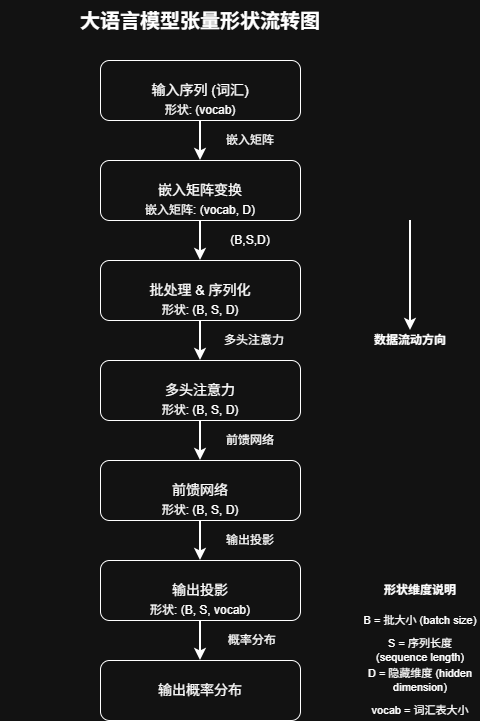
This is docs/graph/llm_flow.drawio.png from lyssom/math-of-llms, a draw.io export, as it was before one commit. Source tidied: cells renumbered, new cells last; positions are measured from the earlier drawing's top-left corner, leaving out a move shared by most shapes.
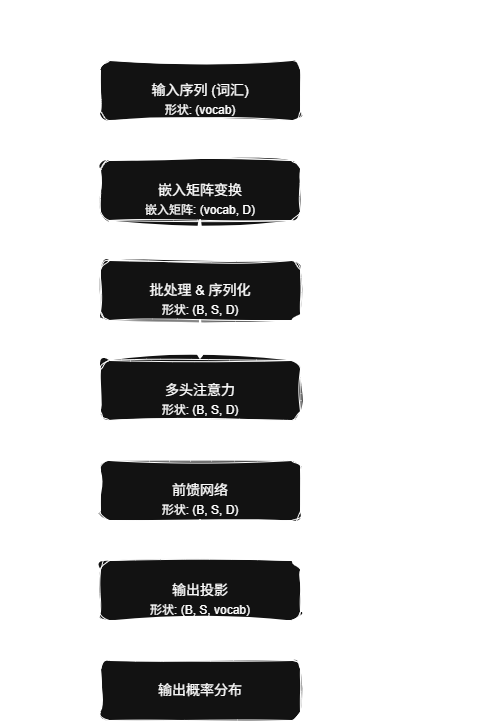
After the change.

What changed in the source:
```diff
@@ -2,110 +2,110 @@
   <root>
     <mxCell id="0" />
     <mxCell id="1" parent="0" />
-    <mxCell id="2" value="大语言模型张量形状流转图" style="text;html=1;strokeColor=none;fillColor=none;align=center;verticalAlign=middle;whiteSpace=wrap;rounded=0;fontSize=20;fontStyle=1;labelBackgroundColor=none;" parent="1" vertex="1">
+    <mxCell id="2" value="大语言模型张量形状流转图" style="text;html=1;strokeColor=none;fillColor=none;align=center;verticalAlign=middle;whiteSpace=wrap;rounded=0;fontSize=20;fontStyle=1;labelBackgroundColor=none;sketch=1;curveFitting=1;jiggle=2;" parent="1" vertex="1">
       <mxGeometry width="400" height="40" as="geometry" />
     </mxCell>
-    <mxCell id="3" value="输入序列 (词汇)" style="rounded=1;whiteSpace=wrap;html=1;fontSize=14;labelBackgroundColor=none;" parent="1" vertex="1">
+    <mxCell id="3" value="输入序列 (词汇)" style="rounded=1;whiteSpace=wrap;html=1;fontSize=14;labelBackgroundColor=none;sketch=1;curveFitting=1;jiggle=2;" parent="1" vertex="1">
       <mxGeometry x="100" y="60" width="200" height="60" as="geometry" />
     </mxCell>
-    <mxCell id="4" value="形状: (vocab)" style="text;html=1;strokeColor=none;fillColor=none;align=center;verticalAlign=middle;whiteSpace=wrap;rounded=0;fontSize=12;labelBackgroundColor=none;" parent="1" vertex="1">
+    <mxCell id="4" value="形状: (vocab)" style="text;html=1;strokeColor=none;fillColor=none;align=center;verticalAlign=middle;whiteSpace=wrap;rounded=0;fontSize=12;labelBackgroundColor=none;sketch=1;curveFitting=1;jiggle=2;" parent="1" vertex="1">
       <mxGeometry x="150" y="100" width="100" height="20" as="geometry" />
     </mxCell>
-    <mxCell id="5" value="嵌入矩阵变换" style="rounded=1;whiteSpace=wrap;html=1;fontSize=14;labelBackgroundColor=none;" parent="1" vertex="1">
+    <mxCell id="5" value="嵌入矩阵变换" style="rounded=1;whiteSpace=wrap;html=1;fontSize=14;labelBackgroundColor=none;sketch=1;curveFitting=1;jiggle=2;" parent="1" vertex="1">
       <mxGeometry x="100" y="160" width="200" height="60" as="geometry" />
     </mxCell>
-    <mxCell id="6" value="嵌入矩阵: (vocab, D)" style="text;html=1;strokeColor=none;fillColor=none;align=center;verticalAlign=middle;whiteSpace=wrap;rounded=0;fontSize=12;labelBackgroundColor=none;" parent="1" vertex="1">
+    <mxCell id="6" value="嵌入矩阵: (vocab, D)" style="text;html=1;strokeColor=none;fillColor=none;align=center;verticalAlign=middle;whiteSpace=wrap;rounded=0;fontSize=12;labelBackgroundColor=none;sketch=1;curveFitting=1;jiggle=2;" parent="1" vertex="1">
       <mxGeometry x="140" y="200" width="120" height="20" as="geometry" />
     </mxCell>
-    <mxCell id="7" value="批处理 &amp; 序列化" style="rounded=1;whiteSpace=wrap;html=1;fontSize=14;labelBackgroundColor=none;" parent="1" vertex="1">
+    <mxCell id="7" value="批处理 &amp; 序列化" style="rounded=1;whiteSpace=wrap;html=1;fontSize=14;labelBackgroundColor=none;sketch=1;curveFitting=1;jiggle=2;" parent="1" vertex="1">
       <mxGeometry x="100" y="260" width="200" height="60" as="geometry" />
     </mxCell>
-    <mxCell id="8" value="形状: (B, S, D)" style="text;html=1;strokeColor=none;fillColor=none;align=center;verticalAlign=middle;whiteSpace=wrap;rounded=0;fontSize=12;labelBackgroundColor=none;" parent="1" vertex="1">
-      <mxGeometry x="150" y="300" width="100" height="20" as="geometry" />
-    </mxCell>
-    <mxCell id="9" value="多头注意力" style="rounded=1;whiteSpace=wrap;html=1;fontSize=14;labelBackgroundColor=none;" parent="1" vertex="1">
-      <mxGeometry x="100" y="360" width="200" height="60" as="geometry" />
-    </mxCell>
-    <mxCell id="10" value="形状: (B, S, D)" style="text;html=1;strokeColor=none;fillColor=none;align=center;verticalAlign=middle;whiteSpace=wrap;rounded=0;fontSize=12;labelBackgroundColor=none;" parent="1" vertex="1">
-      <mxGeometry x="150" y="400" width="100" height="20" as="geometry" />
-    </mxCell>
-    <mxCell id="11" value="前馈网络" style="rounded=1;whiteSpace=wrap;html=1;fontSize=14;labelBackgroundColor=none;" parent="1" vertex="1">
-      <mxGeometry x="100" y="460" width="200" height="60" as="geometry" />
-    </mxCell>
-    <mxCell id="12" value="形状: (B, S, D)" style="text;html=1;strokeColor=none;fillColor=none;align=center;verticalAlign=middle;whiteSpace=wrap;rounded=0;fontSize=12;labelBackgroundColor=none;" parent="1" vertex="1">
-      <mxGeometry x="150" y="500" width="100" height="20" as="geometry" />
-    </mxCell>
-    <mxCell id="13" value="输出投影" style="rounded=1;whiteSpace=wrap;html=1;fontSize=14;labelBackgroundColor=none;" parent="1" vertex="1">
-      <mxGeometry x="100" y="560" width="200" height="60" as="geometry" />
-    </mxCell>
+    <mxCell id="35" value="形状: (B, S, D)" style="text;html=1;strokeColor=none;fillColor=none;align=center;verticalAlign=middle;whiteSpace=wrap;rounded=0;fontSize=12;labelBackgroundColor=none;sketch=1;curveFitting=1;jiggle=2;" parent="1" vertex="1">
+      <mxGeometry x="150" y="300" width="100" height="20" as="geometry" />
+    </mxCell>
+    <mxCell id="36" value="多头注意力" style="rounded=1;whiteSpace=wrap;html=1;fontSize=14;labelBackgroundColor=none;sketch=1;curveFitting=1;jiggle=2;" parent="1" vertex="1">
+      <mxGeometry x="100" y="360" width="200" height="60" as="geometry" />
+    </mxCell>
+    <mxCell id="37" value="形状: (B, S, D)" style="text;html=1;strokeColor=none;fillColor=none;align=center;verticalAlign=middle;whiteSpace=wrap;rounded=0;fontSize=12;labelBackgroundColor=none;sketch=1;curveFitting=1;jiggle=2;" parent="1" vertex="1">
+      <mxGeometry x="150" y="400" width="100" height="20" as="geometry" />
+    </mxCell>
+    <mxCell id="38" value="前馈网络" style="rounded=1;whiteSpace=wrap;html=1;fontSize=14;labelBackgroundColor=none;sketch=1;curveFitting=1;jiggle=2;" parent="1" vertex="1">
+      <mxGeometry x="100" y="460" width="200" height="60" as="geometry" />
+    </mxCell>
+    <mxCell id="39" value="形状: (B, S, D)" style="text;html=1;strokeColor=none;fillColor=none;align=center;verticalAlign=middle;whiteSpace=wrap;rounded=0;fontSize=12;labelBackgroundColor=none;sketch=1;curveFitting=1;jiggle=2;" parent="1" vertex="1">
+      <mxGeometry x="150" y="500" width="100" height="20" as="geometry" />
+    </mxCell>
+    <mxCell id="40" value="输出投影" style="rounded=1;whiteSpace=wrap;html=1;fontSize=14;labelBackgroundColor=none;sketch=1;curveFitting=1;jiggle=2;" parent="1" vertex="1">
+      <mxGeometry x="100" y="560" width="200" height="60" as="geometry" />
+    </mxCell>
-    <mxCell id="14" value="形状: (B, S, vocab)" style="text;html=1;strokeColor=none;fillColor=none;align=center;verticalAlign=middle;whiteSpace=wrap;rounded=0;fontSize=12;labelBackgroundColor=none;" parent="1" vertex="1">
+    <mxCell id="14" value="形状: (B, S, vocab)" style="text;html=1;strokeColor=none;fillColor=none;align=center;verticalAlign=middle;whiteSpace=wrap;rounded=0;fontSize=12;labelBackgroundColor=none;sketch=1;curveFitting=1;jiggle=2;" parent="1" vertex="1">
       <mxGeometry x="135" y="600" width="130" height="20" as="geometry" />
     </mxCell>
-    <mxCell id="15" value="输出概率分布" style="rounded=1;whiteSpace=wrap;html=1;fontSize=14;labelBackgroundColor=none;" parent="1" vertex="1">
+    <mxCell id="15" value="输出概率分布" style="rounded=1;whiteSpace=wrap;html=1;fontSize=14;labelBackgroundColor=none;sketch=1;curveFitting=1;jiggle=2;" parent="1" vertex="1">
       <mxGeometry x="100" y="660" width="200" height="60" as="geometry" />
     </mxCell>
-    <mxCell id="16" style="edgeStyle=orthogonalEdgeStyle;endArrow=classic;html=1;exitX=0.5;exitY=1;entryX=0.5;entryY=0;strokeWidth=2;labelBackgroundColor=none;fontColor=default;" parent="1" edge="1" source="3" target="5">
+    <mxCell id="16" style="edgeStyle=orthogonalEdgeStyle;endArrow=classic;html=1;exitX=0.5;exitY=1;entryX=0.5;entryY=0;strokeWidth=2;labelBackgroundColor=none;fontColor=default;sketch=1;curveFitting=1;jiggle=2;" parent="1" edge="1" source="3" target="5">
       <mxGeometry relative="1" as="geometry" />
     </mxCell>
-    <mxCell id="17" value="嵌入矩阵" style="text;html=1;strokeColor=none;fillColor=none;align=center;verticalAlign=middle;whiteSpace=wrap;rounded=0;fontSize=12;rotation=0;labelBackgroundColor=none;" parent="1" vertex="1">
+    <mxCell id="17" value="嵌入矩阵" style="text;html=1;strokeColor=none;fillColor=none;align=center;verticalAlign=middle;whiteSpace=wrap;rounded=0;fontSize=12;rotation=0;labelBackgroundColor=none;sketch=1;curveFitting=1;jiggle=2;" parent="1" vertex="1">
       <mxGeometry x="210" y="130" width="80" height="20" as="geometry" />
     </mxCell>
-    <mxCell id="18" style="edgeStyle=orthogonalEdgeStyle;endArrow=classic;html=1;exitX=0.5;exitY=1;entryX=0.5;entryY=0;strokeWidth=2;labelBackgroundColor=none;fontColor=default;" parent="1" edge="1" source="5" target="7">
+    <mxCell id="18" style="edgeStyle=orthogonalEdgeStyle;endArrow=classic;html=1;exitX=0.5;exitY=1;entryX=0.5;entryY=0;strokeWidth=2;labelBackgroundColor=none;fontColor=default;sketch=1;curveFitting=1;jiggle=2;" parent="1" edge="1" source="5" target="7">
       <mxGeometry relative="1" as="geometry" />
     </mxCell>
-    <mxCell id="19" value="(B,S,D)" style="text;html=1;strokeColor=none;fillColor=none;align=center;verticalAlign=middle;whiteSpace=wrap;rounded=0;fontSize=12;rotation=0;labelBackgroundColor=none;" parent="1" vertex="1">
+    <mxCell id="19" value="(B,S,D)" style="text;html=1;strokeColor=none;fillColor=none;align=center;verticalAlign=middle;whiteSpace=wrap;rounded=0;fontSize=12;rotation=0;labelBackgroundColor=none;sketch=1;curveFitting=1;jiggle=2;" parent="1" vertex="1">
       <mxGeometry x="210" y="230" width="80" height="20" as="geometry" />
     </mxCell>
-    <mxCell id="20" style="edgeStyle=orthogonalEdgeStyle;endArrow=classic;html=1;exitX=0.5;exitY=1;entryX=0.5;entryY=0;strokeWidth=2;labelBackgroundColor=none;fontColor=default;" parent="1" edge="1" source="7" target="9">
-      <mxGeometry relative="1" as="geometry" />
-    </mxCell>
-    <mxCell id="21" value="多头注意力" style="text;html=1;strokeColor=none;fillColor=none;align=center;verticalAlign=middle;whiteSpace=wrap;rounded=0;fontSize=12;rotation=0;labelBackgroundColor=none;" parent="1" vertex="1">
-      <mxGeometry x="214" y="330" width="80" height="20" as="geometry" />
-    </mxCell>
-    <mxCell id="22" style="edgeStyle=orthogonalEdgeStyle;endArrow=classic;html=1;exitX=0.5;exitY=1;entryX=0.5;entryY=0;strokeWidth=2;labelBackgroundColor=none;fontColor=default;" parent="1" edge="1" source="9" target="11">
-      <mxGeometry relative="1" as="geometry" />
-    </mxCell>
-    <mxCell id="23" value="前馈网络" style="text;html=1;strokeColor=none;fillColor=none;align=center;verticalAlign=middle;whiteSpace=wrap;rounded=0;fontSize=12;rotation=0;labelBackgroundColor=none;" parent="1" vertex="1">
-      <mxGeometry x="210" y="430" width="80" height="20" as="geometry" />
-    </mxCell>
-    <mxCell id="24" style="edgeStyle=orthogonalEdgeStyle;endArrow=classic;html=1;exitX=0.5;exitY=1;entryX=0.5;entryY=0;strokeWidth=2;labelBackgroundColor=none;fontColor=default;" parent="1" edge="1" source="11" target="13">
-      <mxGeometry relative="1" as="geometry" />
-    </mxCell>
-    <mxCell id="25" value="输出投影" style="text;html=1;strokeColor=none;fillColor=none;align=center;verticalAlign=middle;whiteSpace=wrap;rounded=0;fontSize=12;rotation=0;labelBackgroundColor=none;" parent="1" vertex="1">
-      <mxGeometry x="210" y="530" width="80" height="20" as="geometry" />
-    </mxCell>
-    <mxCell id="26" style="edgeStyle=orthogonalEdgeStyle;endArrow=classic;html=1;exitX=0.5;exitY=1;entryX=0.5;entryY=0;strokeWidth=2;labelBackgroundColor=none;fontColor=default;" parent="1" edge="1" source="13" target="15">
-      <mxGeometry relative="1" as="geometry" />
-    </mxCell>
+    <mxCell id="41" style="edgeStyle=orthogonalEdgeStyle;endArrow=classic;html=1;exitX=0.5;exitY=1;entryX=0.5;entryY=0;strokeWidth=2;labelBackgroundColor=none;fontColor=default;sketch=1;curveFitting=1;jiggle=2;" parent="1" edge="1" source="7" target="36">
+      <mxGeometry relative="1" as="geometry" />
+    </mxCell>
+    <mxCell id="42" value="多头注意力" style="text;html=1;strokeColor=none;fillColor=none;align=center;verticalAlign=middle;whiteSpace=wrap;rounded=0;fontSize=12;rotation=0;labelBackgroundColor=none;sketch=1;curveFitting=1;jiggle=2;" parent="1" vertex="1">
+      <mxGeometry x="214" y="330" width="80" height="20" as="geometry" />
+    </mxCell>
+    <mxCell id="43" style="edgeStyle=orthogonalEdgeStyle;endArrow=classic;html=1;exitX=0.5;exitY=1;entryX=0.5;entryY=0;strokeWidth=2;labelBackgroundColor=none;fontColor=default;sketch=1;curveFitting=1;jiggle=2;" parent="1" edge="1" source="36" target="38">
+      <mxGeometry relative="1" as="geometry" />
+    </mxCell>
+    <mxCell id="44" value="前馈网络" style="text;html=1;strokeColor=none;fillColor=none;align=center;verticalAlign=middle;whiteSpace=wrap;rounded=0;fontSize=12;rotation=0;labelBackgroundColor=none;sketch=1;curveFitting=1;jiggle=2;" parent="1" vertex="1">
+      <mxGeometry x="210" y="430" width="80" height="20" as="geometry" />
+    </mxCell>
+    <mxCell id="45" style="edgeStyle=orthogonalEdgeStyle;endArrow=classic;html=1;exitX=0.5;exitY=1;entryX=0.5;entryY=0;strokeWidth=2;labelBackgroundColor=none;fontColor=default;sketch=1;curveFitting=1;jiggle=2;" parent="1" edge="1" source="38" target="40">
+      <mxGeometry relative="1" as="geometry" />
+    </mxCell>
+    <mxCell id="46" value="输出投影" style="text;html=1;strokeColor=none;fillColor=none;align=center;verticalAlign=middle;whiteSpace=wrap;rounded=0;fontSize=12;rotation=0;labelBackgroundColor=none;sketch=1;curveFitting=1;jiggle=2;" parent="1" vertex="1">
+      <mxGeometry x="210" y="530" width="80" height="20" as="geometry" />
+    </mxCell>
+    <mxCell id="47" style="edgeStyle=orthogonalEdgeStyle;endArrow=classic;html=1;exitX=0.5;exitY=1;entryX=0.5;entryY=0;strokeWidth=2;labelBackgroundColor=none;fontColor=default;sketch=1;curveFitting=1;jiggle=2;" parent="1" edge="1" source="40" target="15">
+      <mxGeometry relative="1" as="geometry" />
+    </mxCell>
-    <mxCell id="27" value="&amp;nbsp;概率分布" style="text;html=1;strokeColor=none;fillColor=none;align=center;verticalAlign=middle;whiteSpace=wrap;rounded=0;fontSize=12;rotation=0;labelBackgroundColor=none;" parent="1" vertex="1">
+    <mxCell id="27" value="&amp;nbsp;概率分布" style="text;html=1;strokeColor=none;fillColor=none;align=center;verticalAlign=middle;whiteSpace=wrap;rounded=0;fontSize=12;rotation=0;labelBackgroundColor=none;sketch=1;curveFitting=1;jiggle=2;" parent="1" vertex="1">
       <mxGeometry x="210" y="630" width="80" height="20" as="geometry" />
     </mxCell>
-    <mxCell id="28" value="B = 批大小 (batch size)" style="text;html=1;strokeColor=none;fillColor=none;align=center;verticalAlign=middle;whiteSpace=wrap;rounded=0;fontSize=11;labelBackgroundColor=none;" parent="1" vertex="1">
+    <mxCell id="28" value="B = 批大小 (batch size)" style="text;html=1;strokeColor=none;fillColor=none;align=center;verticalAlign=middle;whiteSpace=wrap;rounded=0;fontSize=11;labelBackgroundColor=none;sketch=1;curveFitting=1;jiggle=2;" parent="1" vertex="1">
       <mxGeometry x="360" y="610" width="120" height="20" as="geometry" />
     </mxCell>
-    <mxCell id="29" value="S = 序列长度 (sequence length)" style="text;html=1;strokeColor=none;fillColor=none;align=center;verticalAlign=middle;whiteSpace=wrap;rounded=0;fontSize=11;labelBackgroundColor=none;" parent="1" vertex="1">
+    <mxCell id="29" value="S = 序列长度 (sequence length)" style="text;html=1;strokeColor=none;fillColor=none;align=center;verticalAlign=middle;whiteSpace=wrap;rounded=0;fontSize=11;labelBackgroundColor=none;sketch=1;curveFitting=1;jiggle=2;" parent="1" vertex="1">
       <mxGeometry x="360" y="640" width="120" height="20" as="geometry" />
     </mxCell>
-    <mxCell id="30" value="D = 隐藏维度 (hidden dimension)" style="text;html=1;strokeColor=none;fillColor=none;align=center;verticalAlign=middle;whiteSpace=wrap;rounded=0;fontSize=11;labelBackgroundColor=none;" parent="1" vertex="1">
+    <mxCell id="30" value="D = 隐藏维度 (hidden dimension)" style="text;html=1;strokeColor=none;fillColor=none;align=center;verticalAlign=middle;whiteSpace=wrap;rounded=0;fontSize=11;labelBackgroundColor=none;sketch=1;curveFitting=1;jiggle=2;" parent="1" vertex="1">
       <mxGeometry x="360" y="670" width="120" height="20" as="geometry" />
     </mxCell>
-    <mxCell id="31" value="vocab = 词汇表大小" style="text;html=1;strokeColor=none;fillColor=none;align=center;verticalAlign=middle;whiteSpace=wrap;rounded=0;fontSize=11;labelBackgroundColor=none;" parent="1" vertex="1">
+    <mxCell id="31" value="vocab = 词汇表大小" style="text;html=1;strokeColor=none;fillColor=none;align=center;verticalAlign=middle;whiteSpace=wrap;rounded=0;fontSize=11;labelBackgroundColor=none;sketch=1;curveFitting=1;jiggle=2;" parent="1" vertex="1">
       <mxGeometry x="360" y="700" width="120" height="20" as="geometry" />
     </mxCell>
-    <mxCell id="32" value="形状维度说明" style="text;html=1;strokeColor=none;fillColor=none;align=center;verticalAlign=middle;whiteSpace=wrap;rounded=0;fontSize=12;fontStyle=1;labelBackgroundColor=none;" parent="1" vertex="1">
+    <mxCell id="32" value="形状维度说明" style="text;html=1;strokeColor=none;fillColor=none;align=center;verticalAlign=middle;whiteSpace=wrap;rounded=0;fontSize=12;fontStyle=1;labelBackgroundColor=none;sketch=1;curveFitting=1;jiggle=2;" parent="1" vertex="1">
       <mxGeometry x="360" y="580" width="120" height="20" as="geometry" />
     </mxCell>
-    <mxCell id="33" value="数据流动方向" style="text;html=1;strokeColor=none;fillColor=none;align=center;verticalAlign=middle;whiteSpace=wrap;rounded=0;fontSize=12;fontStyle=1;labelBackgroundColor=none;" parent="1" vertex="1">
-      <mxGeometry x="360" y="330" width="100" height="20" as="geometry" />
+    <mxCell id="33" value="数据流动方向" style="text;html=1;strokeColor=none;fillColor=none;align=center;verticalAlign=middle;whiteSpace=wrap;rounded=0;fontSize=12;fontStyle=1;labelBackgroundColor=none;sketch=1;curveFitting=1;jiggle=2;" parent="1" vertex="1">
+      <mxGeometry x="360" y="435" width="100" height="20" as="geometry" />
     </mxCell>
-    <mxCell id="34" style="edgeStyle=orthogonalEdgeStyle;endArrow=classic;html=1;exitX=0.5;exitY=1;entryX=0.5;entryY=0;strokeWidth=2;entryDx=0;entryDy=0;labelBackgroundColor=none;fontColor=default;" parent="1" edge="1" target="33">
-      <mxGeometry relative="1" as="geometry">
-        <mxPoint x="410" y="220" as="sourcePoint" />
-        <Array as="points">
-          <mxPoint x="410" y="280" />
-          <mxPoint x="410" y="280" />
-        </Array>
-      </mxGeometry>
-    </mxCell>
+    <mxCell id="48" style="edgeStyle=orthogonalEdgeStyle;endArrow=classic;html=1;exitX=0.5;exitY=1;entryX=0.5;entryY=0;strokeWidth=2;entryDx=0;entryDy=0;labelBackgroundColor=none;fontColor=default;sketch=1;curveFitting=1;jiggle=2;" parent="1" edge="1" target="33">
+      <mxGeometry relative="1" as="geometry">
+        <mxPoint x="410" y="325" as="sourcePoint" />
+        <Array as="points">
+          <mxPoint x="410" y="385" />
+          <mxPoint x="410" y="385" />
+        </Array>
+      </mxGeometry>
+    </mxCell>
   </root>
 </mxGraphModel>
```
